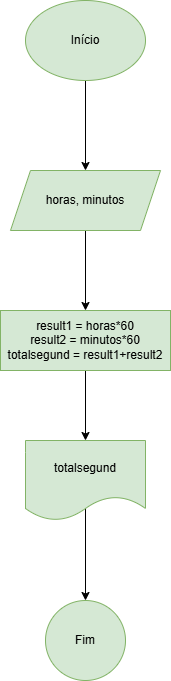
Above: variaveiseoperadoresaritmeticos/conversao_hrs-min.drawio.png in rehsanva/PA-2025 (draw.io), before the change. Source tidied: cells renumbered, new cells last; positions are measured from the earlier drawing's top-left corner, leaving out a move shared by most shapes. Its diagram source:
```xml
<mxGraphModel>
  <root>
    <mxCell id="0" />
    <mxCell id="1" parent="0" />
    <mxCell id="2" style="edgeStyle=orthogonalEdgeStyle;rounded=0;jettySize=auto;html=1;" parent="1" edge="1" source="3" target="5">
      <mxGeometry relative="1" as="geometry" />
    </mxCell>
    <mxCell id="3" value="Início" style="ellipse;whiteSpace=wrap;html=1;fillColor=#d5e8d4;strokeColor=#82b366;" parent="1" vertex="1">
      <mxGeometry x="25" width="120" height="80" as="geometry" />
    </mxCell>
    <mxCell id="4" style="edgeStyle=orthogonalEdgeStyle;rounded=0;jettySize=auto;html=1;" parent="1" edge="1" source="5" target="7">
      <mxGeometry relative="1" as="geometry" />
    </mxCell>
    <mxCell id="5" value="horas, minutos" style="shape=parallelogram;perimeter=parallelogramPerimeter;whiteSpace=wrap;html=1;fixedSize=1;fillColor=#d5e8d4;strokeColor=#82b366;" parent="1" vertex="1">
      <mxGeometry x="10" y="170" width="150" height="60" as="geometry" />
    </mxCell>
    <mxCell id="6" style="edgeStyle=orthogonalEdgeStyle;rounded=0;jettySize=auto;html=1;" parent="1" edge="1" source="7" target="9">
      <mxGeometry relative="1" as="geometry" />
    </mxCell>
    <mxCell id="7" value="result1 = horas*60&lt;div&gt;result2 = minutos*60&lt;/div&gt;&lt;div&gt;totalsegund = result1+result2&lt;/div&gt;" style="whiteSpace=wrap;html=1;fillColor=#d5e8d4;strokeColor=#82b366;" parent="1" vertex="1">
      <mxGeometry y="310" width="170" height="60" as="geometry" />
    </mxCell>
    <mxCell id="8" style="edgeStyle=orthogonalEdgeStyle;rounded=0;jettySize=auto;html=1;exitX=0.54;exitY=0.784;exitDx=0;exitDy=0;exitPerimeter=0;" parent="1" edge="1" source="9" target="10">
      <mxGeometry relative="1" as="geometry">
        <Array as="points">
          <mxPoint x="85" y="503" />
        </Array>
      </mxGeometry>
    </mxCell>
    <mxCell id="9" value="totalsegund" style="shape=document;whiteSpace=wrap;html=1;boundedLbl=1;fillColor=#d5e8d4;strokeColor=#82b366;" parent="1" vertex="1">
      <mxGeometry x="25" y="440" width="120" height="80" as="geometry" />
    </mxCell>
    <mxCell id="10" value="Fim" style="ellipse;whiteSpace=wrap;html=1;fillColor=#d5e8d4;strokeColor=#82b366;" parent="1" vertex="1">
      <mxGeometry x="45" y="600" width="80" height="80" as="geometry" />
    </mxCell>
  </root>
</mxGraphModel>
```
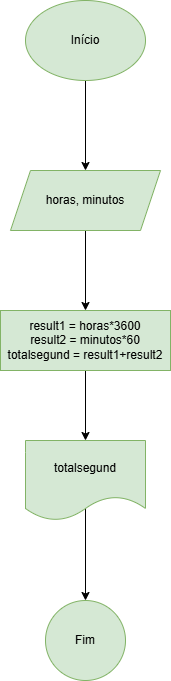
The same file after the commit.

Diff of the diagram source:
```diff
@@ -17,7 +17,7 @@
     <mxCell id="6" style="edgeStyle=orthogonalEdgeStyle;rounded=0;jettySize=auto;html=1;" parent="1" edge="1" source="7" target="9">
       <mxGeometry relative="1" as="geometry" />
     </mxCell>
-    <mxCell id="7" value="result1 = horas*60&lt;div&gt;result2 = minutos*60&lt;/div&gt;&lt;div&gt;totalsegund = result1+result2&lt;/div&gt;" style="whiteSpace=wrap;html=1;fillColor=#d5e8d4;strokeColor=#82b366;" parent="1" vertex="1">
+    <mxCell id="7" value="result1 = horas*3600&lt;div&gt;result2 = minutos*60&lt;/div&gt;&lt;div&gt;totalsegund = result1+result2&lt;/div&gt;" style="whiteSpace=wrap;html=1;fillColor=#d5e8d4;strokeColor=#82b366;" parent="1" vertex="1">
       <mxGeometry y="310" width="170" height="60" as="geometry" />
     </mxCell>
     <mxCell id="8" style="edgeStyle=orthogonalEdgeStyle;rounded=0;jettySize=auto;html=1;exitX=0.54;exitY=0.784;exitDx=0;exitDy=0;exitPerimeter=0;" parent="1" edge="1" source="9" target="10">
```
